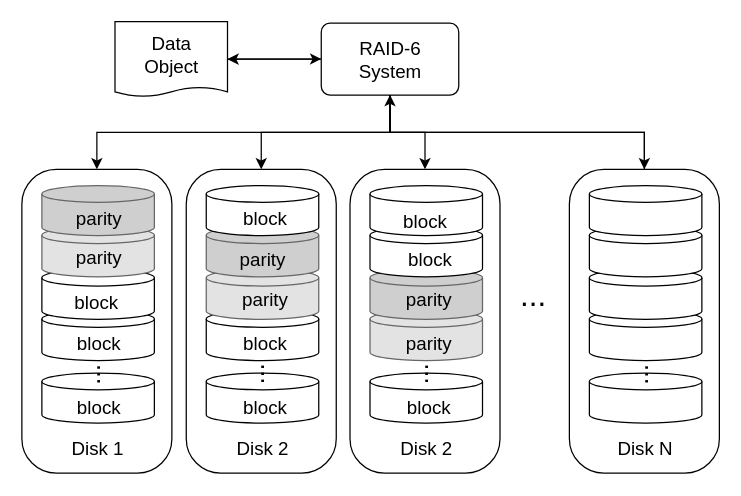
Before: page "Page-2" (2 of 2) of flow.drawio in siyue-zhang/RAID6-CE7490, a draw.io diagram. Source tidied: cells renumbered, new cells numbered last; positions are measured from the earlier drawing's top-left corner, leaving out a move shared by most shapes. Both pictures are drawn from the tidied source at 125%, with x=0, y=0 at pixel (21, 21).
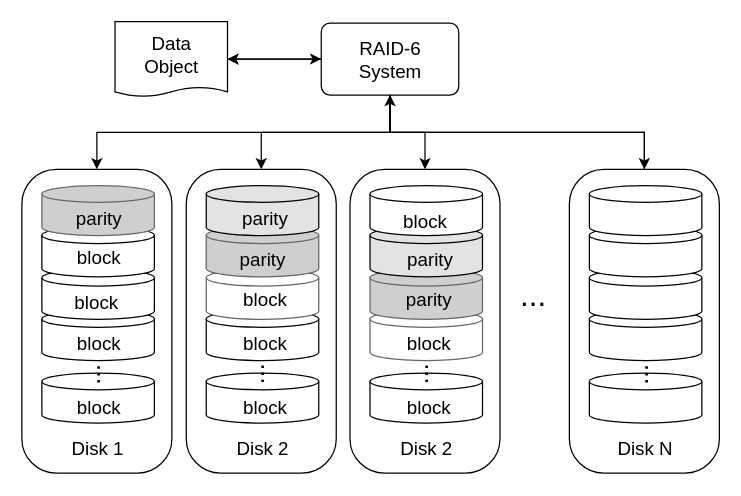
The same diagram, later.

What changed in the source:
```diff
@@
-    <mxCell id="16" style="strokeWidth=1;html=1;shape=mxgraph.flowchart.database;whiteSpace=wrap;fontSize=15;fillColor=#E3E3E3;fontColor=#333333;strokeColor=#666666;" parent="1" vertex="1">
+    <mxCell id="16" style="strokeWidth=1;html=1;shape=mxgraph.flowchart.database;whiteSpace=wrap;fontSize=15;" parent="1" vertex="1">
       <mxGeometry x="16" y="164" width="90" height="40" as="geometry" />
     </mxCell>
@@
-    <mxCell id="23" style="strokeWidth=1;html=1;shape=mxgraph.flowchart.database;whiteSpace=wrap;fontSize=15;fillColor=#E3E3E3;fontColor=#333333;strokeColor=#666666;" parent="1" vertex="1">
+    <mxCell id="23" style="strokeWidth=1;html=1;shape=mxgraph.flowchart.database;whiteSpace=wrap;fontSize=15;fillColor=#FFFFFF;fontColor=#333333;strokeColor=#666666;" parent="1" vertex="1">
       <mxGeometry x="147.5" y="198" width="90" height="40" as="geometry" />
     </mxCell>
@@
-    <mxCell id="25" style="strokeWidth=1;html=1;shape=mxgraph.flowchart.database;whiteSpace=wrap;fontSize=15;" parent="1" vertex="1">
+    <mxCell id="25" style="strokeWidth=1;html=1;shape=mxgraph.flowchart.database;whiteSpace=wrap;fontSize=15;fillColor=#E3E3E3;" parent="1" vertex="1">
       <mxGeometry x="147.5" y="131" width="90" height="40" as="geometry" />
     </mxCell>
@@
-    <mxCell id="40" value="parity" style="text;html=1;strokeColor=none;fillColor=none;align=center;verticalAlign=middle;whiteSpace=wrap;rounded=0;strokeWidth=1;fontSize=15;" parent="1" vertex="1">
+    <mxCell id="40" value="block" style="text;html=1;strokeColor=none;fillColor=none;align=center;verticalAlign=middle;whiteSpace=wrap;rounded=0;strokeWidth=1;fontSize=15;" parent="1" vertex="1">
       <mxGeometry x="32" y="168" width="60" height="40" as="geometry" />
     </mxCell>
@@
-    <mxCell id="42" value="parity" style="text;html=1;strokeColor=none;fillColor=none;align=center;verticalAlign=middle;whiteSpace=wrap;rounded=0;strokeWidth=1;fontSize=15;" parent="1" vertex="1">
+    <mxCell id="42" value="block" style="text;html=1;strokeColor=none;fillColor=none;align=center;verticalAlign=middle;whiteSpace=wrap;rounded=0;strokeWidth=1;fontSize=15;" parent="1" vertex="1">
       <mxGeometry x="164.5" y="202" width="60" height="40" as="geometry" />
     </mxCell>
@@
-    <mxCell id="44" value="block" style="text;html=1;strokeColor=none;fillColor=none;align=center;verticalAlign=middle;whiteSpace=wrap;rounded=0;strokeWidth=1;fontSize=15;" parent="1" vertex="1">
+    <mxCell id="44" value="parity" style="text;html=1;strokeColor=none;fillColor=none;align=center;verticalAlign=middle;whiteSpace=wrap;rounded=0;strokeWidth=1;fontSize=15;" parent="1" vertex="1">
       <mxGeometry x="164.5" y="137" width="60" height="40" as="geometry" />
     </mxCell>
@@
-    <mxCell id="49" style="strokeWidth=1;html=1;shape=mxgraph.flowchart.database;whiteSpace=wrap;fontSize=15;fillColor=#E3E3E3;fontColor=#333333;strokeColor=#666666;" parent="1" vertex="1">
+    <mxCell id="49" style="strokeWidth=1;html=1;shape=mxgraph.flowchart.database;whiteSpace=wrap;fontSize=15;fillColor=#FFFFFF;fontColor=#333333;strokeColor=#666666;" parent="1" vertex="1">
       <mxGeometry x="278.5" y="231" width="90" height="40" as="geometry" />
     </mxCell>
@@
-    <mxCell id="53" value="parity" style="text;html=1;strokeColor=none;fillColor=none;align=center;verticalAlign=middle;whiteSpace=wrap;rounded=0;strokeWidth=1;fontSize=15;" parent="1" vertex="1">
+    <mxCell id="53" value="block" style="text;html=1;strokeColor=none;fillColor=none;align=center;verticalAlign=middle;whiteSpace=wrap;rounded=0;strokeWidth=1;fontSize=15;" parent="1" vertex="1">
       <mxGeometry x="295.5" y="237" width="60" height="40" as="geometry" />
     </mxCell>
@@
-    <mxCell id="55" style="strokeWidth=1;html=1;shape=mxgraph.flowchart.database;whiteSpace=wrap;fontSize=15;" parent="1" vertex="1">
+    <mxCell id="55" style="strokeWidth=1;html=1;shape=mxgraph.flowchart.database;whiteSpace=wrap;fontSize=15;fillColor=#E3E3E3;" parent="1" vertex="1">
       <mxGeometry x="278.5" y="164" width="90" height="40" as="geometry" />
     </mxCell>
@@
-    <mxCell id="57" value="block" style="text;html=1;strokeColor=none;fillColor=none;align=center;verticalAlign=middle;whiteSpace=wrap;rounded=0;strokeWidth=1;fontSize=15;" parent="1" vertex="1">
+    <mxCell id="57" value="parity" style="text;html=1;strokeColor=none;fillColor=none;align=center;verticalAlign=middle;whiteSpace=wrap;rounded=0;strokeWidth=1;fontSize=15;" parent="1" vertex="1">
       <mxGeometry x="295.5" y="169" width="61.5" height="41" as="geometry" />
     </mxCell>
```
